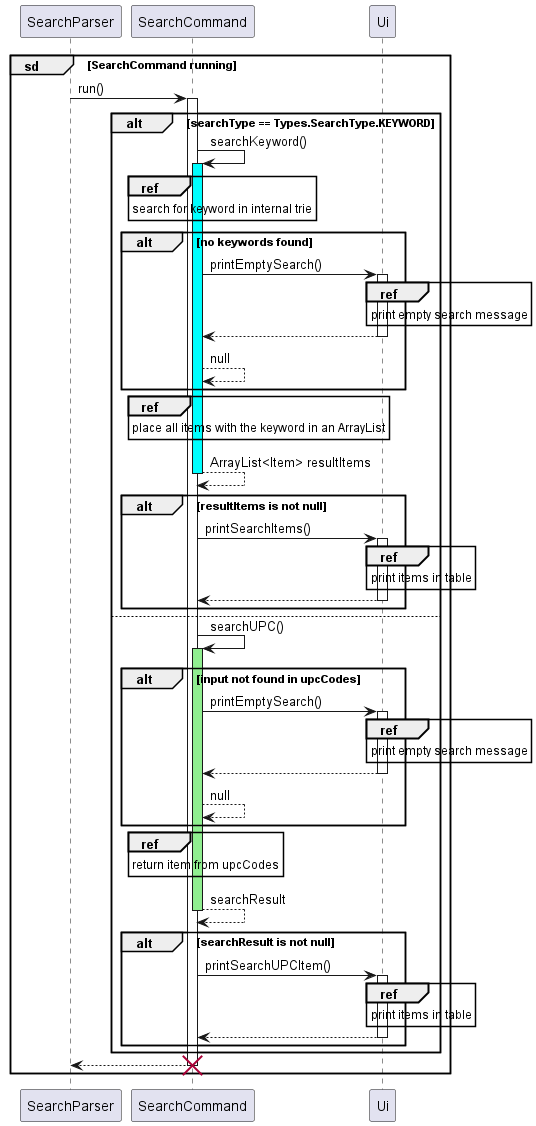
The PlantUML diagram docs/UML/Search/SearchCommand.png in nus-cs2113-AY2223S2/tp, before a commit.
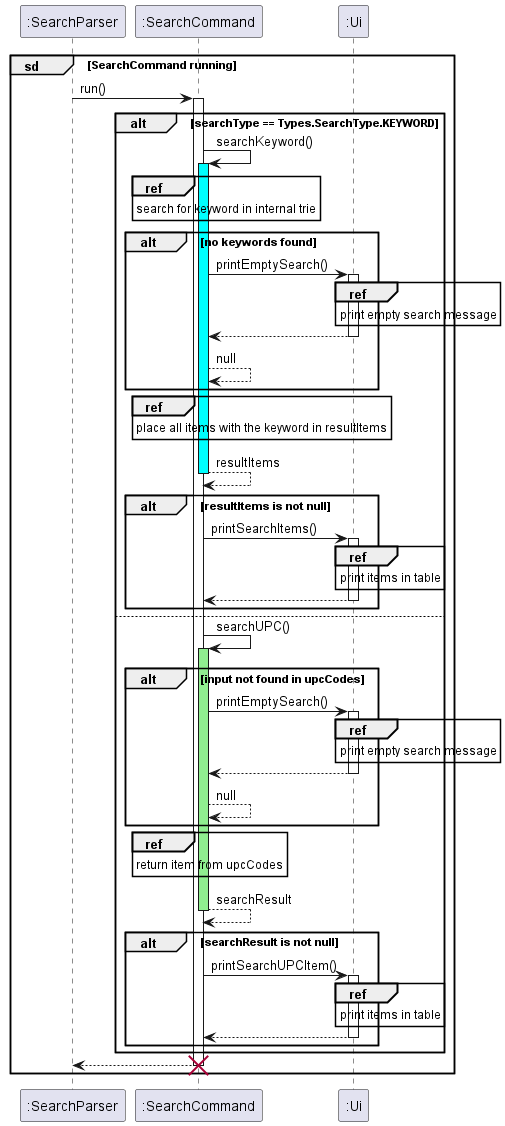
The same file after the commit.

The edit, as a diff of the source:
```diff
@@ -1,65 +1,65 @@
 @startuml
-participant SearchParser
+participant ":SearchParser"
 
 group sd [SearchCommand running]
-    SearchParser -> SearchCommand: run()
-    activate SearchCommand
-    participant SearchCommand
-    participant Ui
+    ":SearchParser" -> ":SearchCommand": run()
+    activate ":SearchCommand"
+    participant ":SearchCommand"
+    participant ":Ui"
     alt searchType == Types.SearchType.KEYWORD
-        SearchCommand -> SearchCommand: searchKeyword()
-        activate SearchCommand #cyan
-        ref over SearchCommand
+        ":SearchCommand" -> ":SearchCommand": searchKeyword()
+        activate ":SearchCommand" #cyan
+        ref over ":SearchCommand"
             search for keyword in internal trie
         end ref
         alt no keywords found
-            SearchCommand -> Ui: printEmptySearch()
-            activate Ui
-            ref over Ui
+            ":SearchCommand" -> ":Ui": printEmptySearch()
+            activate ":Ui"
+            ref over ":Ui"
                 print empty search message
             end ref
             return
-            SearchCommand --> SearchCommand: null
+            ":SearchCommand" --> ":SearchCommand": null
         end
-        ref over SearchCommand
-            place all items with the keyword in an ArrayList
+        ref over ":SearchCommand"
+            place all items with the keyword in resultItems
         end ref
-        return ArrayList<Item> resultItems
+        return resultItems
         alt resultItems is not null
-            SearchCommand -> Ui: printSearchItems()
-            activate Ui
-            ref over Ui
+            ":SearchCommand" -> ":Ui": printSearchItems()
+            activate ":Ui"
+            ref over ":Ui"
                 print items in table
             end ref
             return
         end
     else
-        SearchCommand -> SearchCommand: searchUPC()
-        activate SearchCommand #lightgreen
+        ":SearchCommand" -> ":SearchCommand": searchUPC()
+        activate ":SearchCommand" #lightgreen
         alt input not found in upcCodes
-            SearchCommand -> Ui: printEmptySearch()
-            activate Ui
-            ref over Ui
+            ":SearchCommand" -> ":Ui": printEmptySearch()
+            activate ":Ui"
+            ref over ":Ui"
                 print empty search message
             end ref
             return
-            SearchCommand --> SearchCommand: null
+            ":SearchCommand" --> ":SearchCommand": null
         end
-        ref over SearchCommand
+        ref over ":SearchCommand"
             return item from upcCodes
         end ref
         return searchResult
         alt searchResult is not null
-            SearchCommand -> Ui: printSearchUPCItem()
-            activate Ui
-            ref over Ui
+            ":SearchCommand" -> ":Ui": printSearchUPCItem()
+            activate ":Ui"
+            ref over ":Ui"
                 print items in table
             end ref
             return
         end
     end
     return
-    deactivate SearchCommand
-    destroy SearchCommand
+    deactivate ":SearchCommand"
+    destroy ":SearchCommand"
 end
 @enduml
```
